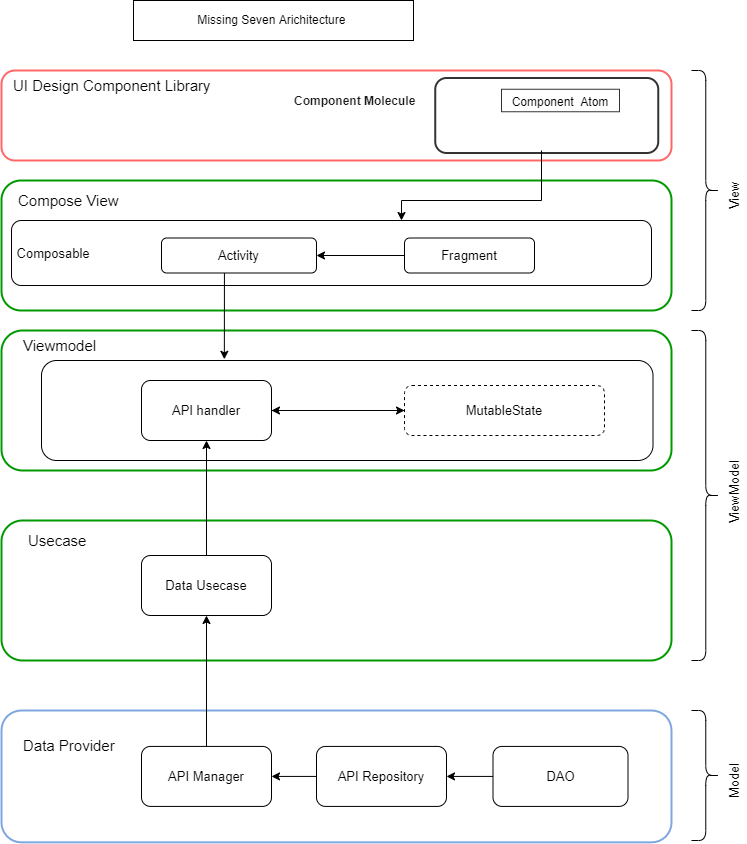
Earlier version of the draw.io export deliverable-1/ImageRes/Missing Seven Architecture.drawio.png (csc301-fall-2022/team-project-4-engineers-without-boarders-canada-t). Source tidied: cells renumbered, new cells last; positions are measured from the earlier drawing's top-left corner, leaving out a move shared by most shapes.
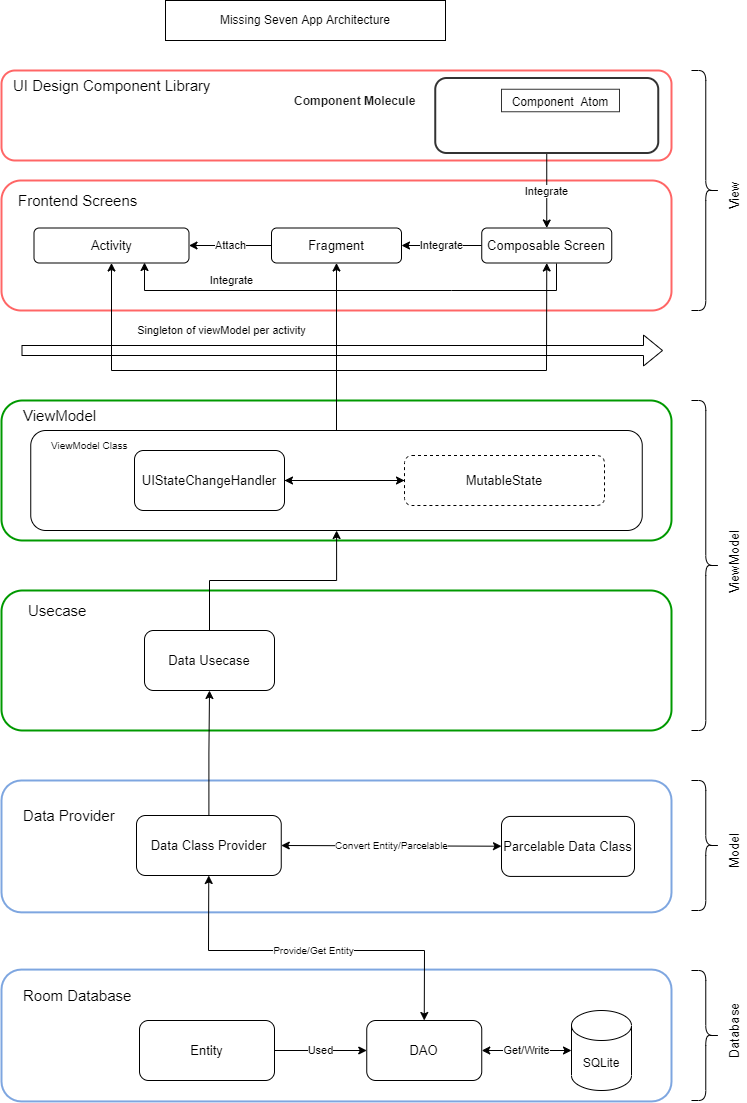
After the commit.

Commit message:
change Architecture Flow chart

Change to the diagram source:
```diff
@@ -2,69 +2,56 @@
   <root>
     <mxCell id="0" />
     <mxCell id="1" parent="0" />
-    <mxCell id="2" value="Missing Seven Arichitecture&amp;nbsp;" style="rounded=0;whiteSpace=wrap;html=1;" parent="1" vertex="1">
-      <mxGeometry x="132" width="280" height="40" as="geometry" />
+    <mxCell id="2" value="Missing Seven App Architecture" style="rounded=0;whiteSpace=wrap;html=1;" parent="1" vertex="1">
+      <mxGeometry x="304" y="-10" width="280" height="40" as="geometry" />
     </mxCell>
-    <mxCell id="3" style="rounded=1;whiteSpace=wrap;html=1;labelBackgroundColor=none;fontFamily=Helvetica;fontSize=12;strokeWidth=2;strokeColor=#009900;" parent="1" vertex="1">
-      <mxGeometry y="180" width="670" height="130" as="geometry" />
+    <mxCell id="3" style="rounded=1;whiteSpace=wrap;html=1;labelBackgroundColor=none;fontFamily=Helvetica;fontSize=12;strokeWidth=2;strokeColor=#FF6666;" parent="1" vertex="1">
+      <mxGeometry x="140" y="170" width="670" height="130" as="geometry" />
     </mxCell>
-    <mxCell id="4" value="&lt;font style=&quot;font-size: 13px;&quot;&gt;&amp;nbsp;Composable&lt;/font&gt;" style="rounded=1;whiteSpace=wrap;html=1;labelBackgroundColor=none;labelBorderColor=none;fontFamily=Helvetica;fontSize=13;fontColor=#000000;align=left;" parent="1" vertex="1">
-      <mxGeometry x="10" y="220" width="640" height="65" as="geometry" />
-    </mxCell>
     <mxCell id="5" style="rounded=1;whiteSpace=wrap;html=1;labelBackgroundColor=none;labelBorderColor=none;strokeColor=#FF6666;strokeWidth=2;fontFamily=Helvetica;fontSize=11;fontColor=#000000;fillColor=default;" parent="1" vertex="1">
-      <mxGeometry y="70" width="670" height="90" as="geometry" />
+      <mxGeometry x="140" y="60" width="670" height="90" as="geometry" />
     </mxCell>
+    <mxCell id="44" value="Integrate" style="edgeStyle=orthogonalEdgeStyle;rounded=0;jettySize=auto;html=1;" parent="1" edge="1" source="6" target="47">
+      <mxGeometry relative="1" as="geometry" />
+    </mxCell>
     <mxCell id="6" style="rounded=1;whiteSpace=wrap;html=1;labelBackgroundColor=none;labelBorderColor=none;strokeColor=#333333;strokeWidth=2;fontFamily=Helvetica;fontSize=11;fontColor=#000000;fillColor=default;" parent="1" vertex="1">
-      <mxGeometry x="433.8" y="77.5" width="223" height="75" as="geometry" />
+      <mxGeometry x="573.8" y="67.5" width="223" height="75" as="geometry" />
     </mxCell>
     <mxCell id="7" style="rounded=1;whiteSpace=wrap;html=1;labelBackgroundColor=none;fontFamily=Helvetica;fontSize=12;fillColor=default;strokeColor=#009900;strokeWidth=2;" parent="1" vertex="1">
-      <mxGeometry y="330" width="670" height="140" as="geometry" />
+      <mxGeometry x="140" y="390" width="670" height="140" as="geometry" />
     </mxCell>
-    <mxCell id="8" value="Compose View" style="text;html=1;strokeColor=none;fillColor=none;align=left;verticalAlign=middle;whiteSpace=wrap;rounded=0;labelBackgroundColor=none;labelBorderColor=none;fontFamily=Helvetica;fontSize=15;fontColor=#000000;" parent="1" vertex="1">
-      <mxGeometry x="15" y="185" width="110" height="30" as="geometry" />
+    <mxCell id="8" value="Frontend Screens" style="text;html=1;strokeColor=none;fillColor=none;align=left;verticalAlign=middle;whiteSpace=wrap;rounded=0;labelBackgroundColor=none;labelBorderColor=none;fontFamily=Helvetica;fontSize=15;fontColor=#000000;" parent="1" vertex="1">
+      <mxGeometry x="155" y="175" width="135" height="30" as="geometry" />
     </mxCell>
-    <mxCell id="9" value="Viewmodel" style="text;html=1;strokeColor=none;fillColor=none;align=left;verticalAlign=middle;whiteSpace=wrap;rounded=0;labelBackgroundColor=none;labelBorderColor=none;fontFamily=Helvetica;fontSize=15;fontColor=#000000;" parent="1" vertex="1">
-      <mxGeometry x="20" y="330" width="90" height="30" as="geometry" />
+    <mxCell id="9" value="ViewModel" style="text;html=1;strokeColor=none;fillColor=none;align=left;verticalAlign=middle;whiteSpace=wrap;rounded=0;labelBackgroundColor=none;labelBorderColor=none;fontFamily=Helvetica;fontSize=15;fontColor=#000000;" parent="1" vertex="1">
+      <mxGeometry x="160" y="390" width="90" height="30" as="geometry" />
     </mxCell>
-    <mxCell id="10" style="edgeStyle=orthogonalEdgeStyle;rounded=0;jettySize=auto;html=1;" parent="1" edge="1" source="11" target="13">
+    <mxCell id="10" value="Attach" style="edgeStyle=orthogonalEdgeStyle;rounded=0;jettySize=auto;html=1;" parent="1" edge="1" source="11" target="13">
       <mxGeometry relative="1" as="geometry" />
     </mxCell>
     <mxCell id="11" value="&lt;font style=&quot;font-size: 13px;&quot;&gt;Fragment&lt;/font&gt;" style="rounded=1;whiteSpace=wrap;html=1;labelBackgroundColor=none;labelBorderColor=none;fontFamily=Helvetica;fontSize=13;fontColor=#000000;" parent="1" vertex="1">
-      <mxGeometry x="403" y="237.5" width="130" height="35" as="geometry" />
+      <mxGeometry x="410" y="217.5" width="130" height="35" as="geometry" />
     </mxCell>
-    <mxCell id="12" style="edgeStyle=orthogonalEdgeStyle;rounded=0;jettySize=auto;html=1;exitX=0.406;exitY=0.986;exitDx=0;exitDy=0;entryX=0.299;entryY=-0.012;entryDx=0;entryDy=0;fontFamily=Helvetica;fontSize=13;fontColor=#000000;entryPerimeter=0;exitPerimeter=0;" parent="1" edge="1" source="13" target="14">
-      <mxGeometry relative="1" as="geometry" />
-    </mxCell>
     <mxCell id="13" value="&lt;font style=&quot;font-size: 13px;&quot;&gt;Activity&lt;/font&gt;" style="rounded=1;whiteSpace=wrap;html=1;labelBackgroundColor=none;labelBorderColor=none;fontFamily=Helvetica;fontSize=13;fontColor=#000000;" parent="1" vertex="1">
-      <mxGeometry x="160" y="237.5" width="155" height="35" as="geometry" />
+      <mxGeometry x="172.5" y="217.5" width="155" height="35" as="geometry" />
     </mxCell>
     <mxCell id="14" value="&lt;font style=&quot;font-size: 13px;&quot;&gt;&lt;br&gt;&lt;/font&gt;" style="rounded=1;whiteSpace=wrap;html=1;labelBackgroundColor=none;labelBorderColor=none;fontFamily=Helvetica;fontSize=13;fontColor=#000000;" parent="1" vertex="1">
-      <mxGeometry x="40" y="360" width="611.5" height="100" as="geometry" />
+      <mxGeometry x="169.2" y="420" width="611.5" height="100" as="geometry" />
     </mxCell>
     <mxCell id="15" style="edgeStyle=orthogonalEdgeStyle;rounded=0;jettySize=auto;html=1;" parent="1" edge="1" source="16" target="40">
       <mxGeometry relative="1" as="geometry" />
     </mxCell>
     <mxCell id="16" value="MutableState" style="rounded=1;whiteSpace=wrap;html=1;labelBackgroundColor=none;labelBorderColor=none;fontFamily=Helvetica;fontSize=13;fontColor=#000000;dashed=1;" parent="1" vertex="1">
-      <mxGeometry x="403" y="385" width="200" height="50" as="geometry" />
+      <mxGeometry x="543" y="445" width="200" height="50" as="geometry" />
     </mxCell>
     <mxCell id="17" value="UI Design Component Library" style="text;html=1;strokeColor=none;fillColor=none;align=left;verticalAlign=middle;whiteSpace=wrap;rounded=0;labelBackgroundColor=none;labelBorderColor=none;fontFamily=Helvetica;fontSize=15;fontColor=#000000;" parent="1" vertex="1">
-      <mxGeometry x="10" y="70" width="200" height="30" as="geometry" />
+      <mxGeometry x="150" y="60" width="200" height="30" as="geometry" />
     </mxCell>
     <mxCell id="18" value="Component Molecule" style="text;html=1;strokeColor=none;fillColor=none;align=left;verticalAlign=middle;whiteSpace=wrap;rounded=0;labelBackgroundColor=none;labelBorderColor=none;strokeWidth=2;fontFamily=Helvetica;fontSize=12;fontColor=#1A1A1A;fontStyle=1;" parent="1" vertex="1">
-      <mxGeometry x="291.2" y="91.2" width="142.5" height="20" as="geometry" />
+      <mxGeometry x="431.2" y="81.2" width="142.5" height="20" as="geometry" />
     </mxCell>
-    <mxCell id="19" style="edgeStyle=orthogonalEdgeStyle;rounded=0;orthogonalLoop=1;jettySize=auto;html=1;" parent="1" edge="1">
-      <mxGeometry relative="1" as="geometry">
-        <mxPoint x="540" y="150" as="sourcePoint" />
-        <mxPoint x="400" y="220" as="targetPoint" />
-        <Array as="points">
-          <mxPoint x="540" y="200" />
-          <mxPoint x="400" y="200" />
-        </Array>
-      </mxGeometry>
-    </mxCell>
     <mxCell id="20" style="group;" parent="1" vertex="1">
-      <mxGeometry x="690" y="70" width="55" height="240" as="geometry" />
+      <mxGeometry x="830" y="60" width="55" height="240" as="geometry" />
     </mxCell>
     <mxCell id="21" style="shape=curlyBracket;whiteSpace=wrap;html=1;rounded=1;flipH=1;labelBackgroundColor=none;fontFamily=Helvetica;fontSize=12;fontColor=#000000;" parent="20" vertex="1">
       <mxGeometry width="28.6" height="240" as="geometry" />
@@ -73,28 +60,16 @@
       <mxGeometry x="13" y="100" width="60" height="22.2" as="geometry" />
     </mxCell>
     <mxCell id="23" value="&lt;font style=&quot;font-size: 12px;&quot;&gt;Component&amp;nbsp; Atom&lt;/font&gt;" style="rounded=0;whiteSpace=wrap;html=1;labelBackgroundColor=none;labelBorderColor=none;strokeColor=#333333;strokeWidth=1;fontFamily=Helvetica;fontSize=15;fontColor=#000000;fillColor=default;" parent="1" vertex="1">
-      <mxGeometry x="500" y="88.8" width="118" height="22.5" as="geometry" />
+      <mxGeometry x="640" y="78.8" width="118" height="22.5" as="geometry" />
     </mxCell>
     <mxCell id="24" style="rounded=1;whiteSpace=wrap;html=1;labelBackgroundColor=none;fontFamily=Helvetica;fontSize=12;strokeWidth=2;strokeColor=#7EA6E0;" parent="1" vertex="1">
-      <mxGeometry y="710" width="670" height="131.8" as="geometry" />
+      <mxGeometry x="140" y="770" width="670" height="131.8" as="geometry" />
     </mxCell>
     <mxCell id="25" value="Data Provider" style="text;html=1;strokeColor=none;fillColor=none;align=left;verticalAlign=middle;whiteSpace=wrap;rounded=0;labelBackgroundColor=none;labelBorderColor=none;fontFamily=Helvetica;fontSize=15;fontColor=#000000;" parent="1" vertex="1">
-      <mxGeometry x="20" y="730" width="115" height="30" as="geometry" />
+      <mxGeometry x="160" y="790" width="115" height="30" as="geometry" />
     </mxCell>
-    <mxCell id="26" style="edgeStyle=orthogonalEdgeStyle;rounded=0;jettySize=auto;html=1;" parent="1" edge="1" source="27" target="43">
-      <mxGeometry relative="1" as="geometry" />
-    </mxCell>
-    <mxCell id="27" value="&lt;font style=&quot;font-size: 13px;&quot;&gt;API Repository&lt;/font&gt;" style="rounded=1;whiteSpace=wrap;html=1;labelBackgroundColor=none;labelBorderColor=none;fontFamily=Helvetica;fontSize=13;fontColor=#000000;" parent="1" vertex="1">
-      <mxGeometry x="315" y="745.9" width="130" height="60" as="geometry" />
-    </mxCell>
-    <mxCell id="28" style="edgeStyle=orthogonalEdgeStyle;rounded=0;jettySize=auto;html=1;" parent="1" edge="1" source="29" target="27">
-      <mxGeometry relative="1" as="geometry" />
-    </mxCell>
-    <mxCell id="29" value="&lt;font style=&quot;font-size: 13px;&quot;&gt;DAO&lt;/font&gt;" style="rounded=1;whiteSpace=wrap;html=1;labelBackgroundColor=none;labelBorderColor=none;fontFamily=Helvetica;fontSize=13;fontColor=#000000;" parent="1" vertex="1">
-      <mxGeometry x="491.5" y="745.9" width="135" height="60" as="geometry" />
-    </mxCell>
     <mxCell id="30" style="group;" parent="1" vertex="1">
-      <mxGeometry x="690" y="330" width="55" height="330" as="geometry" />
+      <mxGeometry x="830" y="390" width="55" height="330" as="geometry" />
     </mxCell>
     <mxCell id="31" style="shape=curlyBracket;whiteSpace=wrap;html=1;rounded=1;flipH=1;labelBackgroundColor=none;fontFamily=Helvetica;fontSize=12;fontColor=#000000;" parent="30" vertex="1">
       <mxGeometry width="28.6" height="330" as="geometry" />
@@ -103,7 +78,7 @@
       <mxGeometry x="13" y="158.5" width="60" height="12.9" as="geometry" />
     </mxCell>
     <mxCell id="33" style="group;" parent="1" vertex="1">
-      <mxGeometry x="690" y="710" width="55" height="130" as="geometry" />
+      <mxGeometry x="830" y="770" width="55" height="130" as="geometry" />
     </mxCell>
     <mxCell id="34" style="shape=curlyBracket;whiteSpace=wrap;html=1;rounded=1;flipH=1;labelBackgroundColor=none;fontFamily=Helvetica;fontSize=12;fontColor=#000000;" parent="33" vertex="1">
       <mxGeometry width="28.6" height="130" as="geometry" />
@@ -112,28 +87,115 @@
       <mxGeometry x="13" y="54.2" width="60" height="12" as="geometry" />
     </mxCell>
     <mxCell id="36" style="rounded=1;whiteSpace=wrap;html=1;labelBackgroundColor=none;fontFamily=Helvetica;fontSize=12;fillColor=default;strokeColor=#009900;strokeWidth=2;" parent="1" vertex="1">
-      <mxGeometry y="520" width="670" height="140" as="geometry" />
+      <mxGeometry x="140" y="580" width="670" height="140" as="geometry" />
     </mxCell>
-    <mxCell id="37" style="edgeStyle=orthogonalEdgeStyle;rounded=0;jettySize=auto;html=1;entryX=0.5;entryY=1;entryDx=0;entryDy=0;" parent="1" edge="1" source="38" target="40">
-      <mxGeometry relative="1" as="geometry" />
-    </mxCell>
+    <mxCell id="45" style="edgeStyle=orthogonalEdgeStyle;rounded=0;jettySize=auto;html=1;fontSize=10;" parent="1" edge="1" source="38" target="14">
+      <mxGeometry relative="1" as="geometry" />
+    </mxCell>
     <mxCell id="38" value="&lt;font style=&quot;font-size: 13px;&quot;&gt;Data Usecase&lt;/font&gt;" style="rounded=1;whiteSpace=wrap;html=1;labelBackgroundColor=none;labelBorderColor=none;fontFamily=Helvetica;fontSize=13;fontColor=#000000;" parent="1" vertex="1">
-      <mxGeometry x="140" y="555" width="130" height="60" as="geometry" />
+      <mxGeometry x="283" y="620" width="130" height="60" as="geometry" />
     </mxCell>
     <mxCell id="39" style="edgeStyle=orthogonalEdgeStyle;rounded=0;jettySize=auto;html=1;" parent="1" edge="1" source="40" target="16">
       <mxGeometry relative="1" as="geometry" />
     </mxCell>
-    <mxCell id="40" value="&lt;font style=&quot;font-size: 13px;&quot;&gt;API handler&lt;/font&gt;" style="rounded=1;whiteSpace=wrap;html=1;labelBackgroundColor=none;labelBorderColor=none;fontFamily=Helvetica;fontSize=13;fontColor=#000000;" parent="1" vertex="1">
-      <mxGeometry x="140" y="380" width="130" height="60" as="geometry" />
+    <mxCell id="40" value="&lt;font style=&quot;font-size: 13px;&quot;&gt;UIStateChangeHandler&lt;/font&gt;" style="rounded=1;whiteSpace=wrap;html=1;labelBackgroundColor=none;labelBorderColor=none;fontFamily=Helvetica;fontSize=13;fontColor=#000000;" parent="1" vertex="1">
+      <mxGeometry x="273" y="440" width="150" height="60" as="geometry" />
     </mxCell>
     <mxCell id="41" value="Usecase" style="text;html=1;strokeColor=none;fillColor=none;align=left;verticalAlign=middle;whiteSpace=wrap;rounded=0;labelBackgroundColor=none;labelBorderColor=none;fontFamily=Helvetica;fontSize=15;fontColor=#000000;" parent="1" vertex="1">
-      <mxGeometry x="25" y="525" width="90" height="30" as="geometry" />
+      <mxGeometry x="165" y="585" width="90" height="30" as="geometry" />
     </mxCell>
-    <mxCell id="42" style="edgeStyle=orthogonalEdgeStyle;rounded=0;jettySize=auto;html=1;entryX=0.5;entryY=1;entryDx=0;entryDy=0;" parent="1" edge="1" source="43" target="38">
-      <mxGeometry relative="1" as="geometry" />
-    </mxCell>
-    <mxCell id="43" value="&lt;font style=&quot;font-size: 13px;&quot;&gt;API Manager&lt;/font&gt;" style="rounded=1;whiteSpace=wrap;html=1;labelBackgroundColor=none;labelBorderColor=none;fontFamily=Helvetica;fontSize=13;fontColor=#000000;" parent="1" vertex="1">
-      <mxGeometry x="140" y="745.9" width="130" height="60" as="geometry" />
+    <mxCell id="43" value="&lt;font style=&quot;font-size: 13px;&quot;&gt;Parcelable Data Class&lt;/font&gt;" style="rounded=1;whiteSpace=wrap;html=1;labelBackgroundColor=none;labelBorderColor=none;fontFamily=Helvetica;fontSize=13;fontColor=#000000;" parent="1" vertex="1">
+      <mxGeometry x="640" y="805.9" width="133" height="60" as="geometry" />
     </mxCell>
+    <mxCell id="46" value="Integrate" style="edgeStyle=orthogonalEdgeStyle;rounded=0;jettySize=auto;html=1;" parent="1" edge="1" source="47" target="11">
+      <mxGeometry relative="1" as="geometry" />
+    </mxCell>
+    <mxCell id="47" value="&lt;font style=&quot;font-size: 13px;&quot;&gt;Composable Screen&lt;/font&gt;" style="rounded=1;whiteSpace=wrap;html=1;labelBackgroundColor=none;labelBorderColor=none;fontFamily=Helvetica;fontSize=13;fontColor=#000000;" parent="1" vertex="1">
+      <mxGeometry x="620.2" y="217.5" width="130" height="35" as="geometry" />
+    </mxCell>
+    <mxCell id="48" value="Integrate" style="endArrow=classic;html=1;rounded=0;exitX=0.575;exitY=1.014;exitDx=0;exitDy=0;exitPerimeter=0;entryX=0.713;entryY=0.986;entryDx=0;entryDy=0;entryPerimeter=0;" parent="1" edge="1" source="47" target="13">
+      <mxGeometry x="0.51" y="-10" relative="1" as="geometry">
+        <Array as="points">
+          <mxPoint x="695" y="280" />
+          <mxPoint x="590" y="280" />
+          <mxPoint x="283" y="280" />
+        </Array>
+      </mxGeometry>
+    </mxCell>
+    <mxCell id="49" style="rounded=1;whiteSpace=wrap;html=1;labelBackgroundColor=none;fontFamily=Helvetica;fontSize=12;strokeWidth=2;strokeColor=#7EA6E0;" parent="1" vertex="1">
+      <mxGeometry x="140" y="959.1" width="670" height="131.8" as="geometry" />
+    </mxCell>
+    <mxCell id="50" value="Room Database" style="text;html=1;strokeColor=none;fillColor=none;align=left;verticalAlign=middle;whiteSpace=wrap;rounded=0;labelBackgroundColor=none;labelBorderColor=none;fontFamily=Helvetica;fontSize=15;fontColor=#000000;" parent="1" vertex="1">
+      <mxGeometry x="160" y="970" width="115" height="30" as="geometry" />
+    </mxCell>
+    <mxCell id="29" value="&lt;font style=&quot;font-size: 13px;&quot;&gt;DAO&lt;/font&gt;" style="rounded=1;whiteSpace=wrap;html=1;labelBackgroundColor=none;labelBorderColor=none;fontFamily=Helvetica;fontSize=13;fontColor=#000000;" parent="1" vertex="1">
+      <mxGeometry x="505.2" y="1010" width="115" height="60" as="geometry" />
+    </mxCell>
+    <mxCell id="51" value="Used" style="edgeStyle=orthogonalEdgeStyle;rounded=0;jettySize=auto;html=1;" parent="1" edge="1" source="52" target="29">
+      <mxGeometry relative="1" as="geometry" />
+    </mxCell>
+    <mxCell id="52" value="&lt;font style=&quot;font-size: 13px;&quot;&gt;Entity&lt;/font&gt;" style="rounded=1;whiteSpace=wrap;html=1;labelBackgroundColor=none;labelBorderColor=none;fontFamily=Helvetica;fontSize=13;fontColor=#000000;" parent="1" vertex="1">
+      <mxGeometry x="278" y="1010" width="135" height="60" as="geometry" />
+    </mxCell>
+    <mxCell id="53" value="Get/Write" style="endArrow=classic;startArrow=classic;html=1;rounded=0;exitX=1;exitY=0.5;exitDx=0;exitDy=0;" parent="1" edge="1" source="29" target="54">
+      <mxGeometry relative="1" as="geometry" />
+    </mxCell>
+    <mxCell id="54" value="SQLite" style="shape=cylinder3;whiteSpace=wrap;html=1;boundedLbl=1;backgroundOutline=1;size=15;strokeColor=#000000;" parent="1" vertex="1">
+      <mxGeometry x="710" y="1000" width="60" height="80" as="geometry" />
+    </mxCell>
+    <mxCell id="55" style="group;" parent="1" vertex="1">
+      <mxGeometry x="830" y="960" width="55" height="130" as="geometry" />
+    </mxCell>
+    <mxCell id="56" style="shape=curlyBracket;whiteSpace=wrap;html=1;rounded=1;flipH=1;labelBackgroundColor=none;fontFamily=Helvetica;fontSize=12;fontColor=#000000;" parent="55" vertex="1">
+      <mxGeometry width="28.6" height="130" as="geometry" />
+    </mxCell>
+    <mxCell id="57" value="&lt;font style=&quot;font-size: 13px;&quot;&gt;Database&lt;/font&gt;" style="text;html=1;strokeColor=none;fillColor=none;align=left;verticalAlign=middle;whiteSpace=wrap;rounded=0;labelBackgroundColor=none;fontFamily=Helvetica;fontSize=12;fontColor=#000000;flipV=1;rotation=-90;" parent="55" vertex="1">
+      <mxGeometry x="13" y="54.2" width="60" height="12" as="geometry" />
+    </mxCell>
+    <mxCell id="58" style="edgeStyle=orthogonalEdgeStyle;rounded=0;jettySize=auto;html=1;fontSize=10;" parent="1" edge="1" source="59" target="38">
+      <mxGeometry relative="1" as="geometry" />
+    </mxCell>
+    <mxCell id="59" value="Data Class Provider" style="rounded=1;whiteSpace=wrap;html=1;labelBackgroundColor=none;labelBorderColor=none;fontFamily=Helvetica;fontSize=13;fontColor=#000000;" parent="1" vertex="1">
+      <mxGeometry x="275" y="805" width="144.8" height="60" as="geometry" />
+    </mxCell>
+    <mxCell id="60" style="endArrow=classic;html=1;rounded=0;entryX=0.5;entryY=1;entryDx=0;entryDy=0;" parent="1" edge="1" source="14" target="47">
+      <mxGeometry relative="1" as="geometry">
+        <Array as="points">
+          <mxPoint x="475" y="360" />
+          <mxPoint x="685" y="360" />
+        </Array>
+      </mxGeometry>
+    </mxCell>
+    <mxCell id="61" style="endArrow=classic;html=1;rounded=0;" parent="1" edge="1" source="14" target="11">
+      <mxGeometry relative="1" as="geometry" />
+    </mxCell>
+    <mxCell id="62" style="endArrow=classic;html=1;rounded=0;" parent="1" edge="1" source="14" target="13">
+      <mxGeometry relative="1" as="geometry">
+        <Array as="points">
+          <mxPoint x="475" y="360" />
+          <mxPoint x="250" y="360" />
+        </Array>
+      </mxGeometry>
+    </mxCell>
+    <mxCell id="63" value="Singleton of viewModel per activity" style="shape=flexArrow;endArrow=classic;html=1;rounded=0;" parent="1" edge="1">
+      <mxGeometry x="-0.38" y="20" relative="1" as="geometry">
+        <mxPoint x="160" y="340" as="sourcePoint" />
+        <mxPoint x="801.5" y="340" as="targetPoint" />
+      </mxGeometry>
+    </mxCell>
+    <mxCell id="64" value="ViewModel Class" style="text;html=1;strokeColor=none;fillColor=none;align=left;verticalAlign=middle;whiteSpace=wrap;rounded=0;labelBackgroundColor=none;labelBorderColor=none;fontFamily=Helvetica;fontSize=10;fontColor=#000000;" parent="1" vertex="1">
+      <mxGeometry x="188" y="420" width="90" height="30" as="geometry" />
+    </mxCell>
+    <mxCell id="65" value="Convert Entity/Parcelable" style="endArrow=classic;startArrow=classic;html=1;rounded=0;fontSize=10;exitX=1;exitY=0.5;exitDx=0;exitDy=0;" parent="1" edge="1" source="59" target="43">
+      <mxGeometry relative="1" as="geometry" />
+    </mxCell>
+    <mxCell id="66" value="Provide/Get Entity" style="endArrow=classic;startArrow=classic;html=1;rounded=0;fontSize=10;exitX=0.5;exitY=0;exitDx=0;exitDy=0;" parent="1" edge="1" source="29" target="59">
+      <mxGeometry relative="1" as="geometry">
+        <Array as="points">
+          <mxPoint x="563" y="940" />
+          <mxPoint x="347" y="940" />
+        </Array>
+      </mxGeometry>
+    </mxCell>
   </root>
 </mxGraphModel>
```
